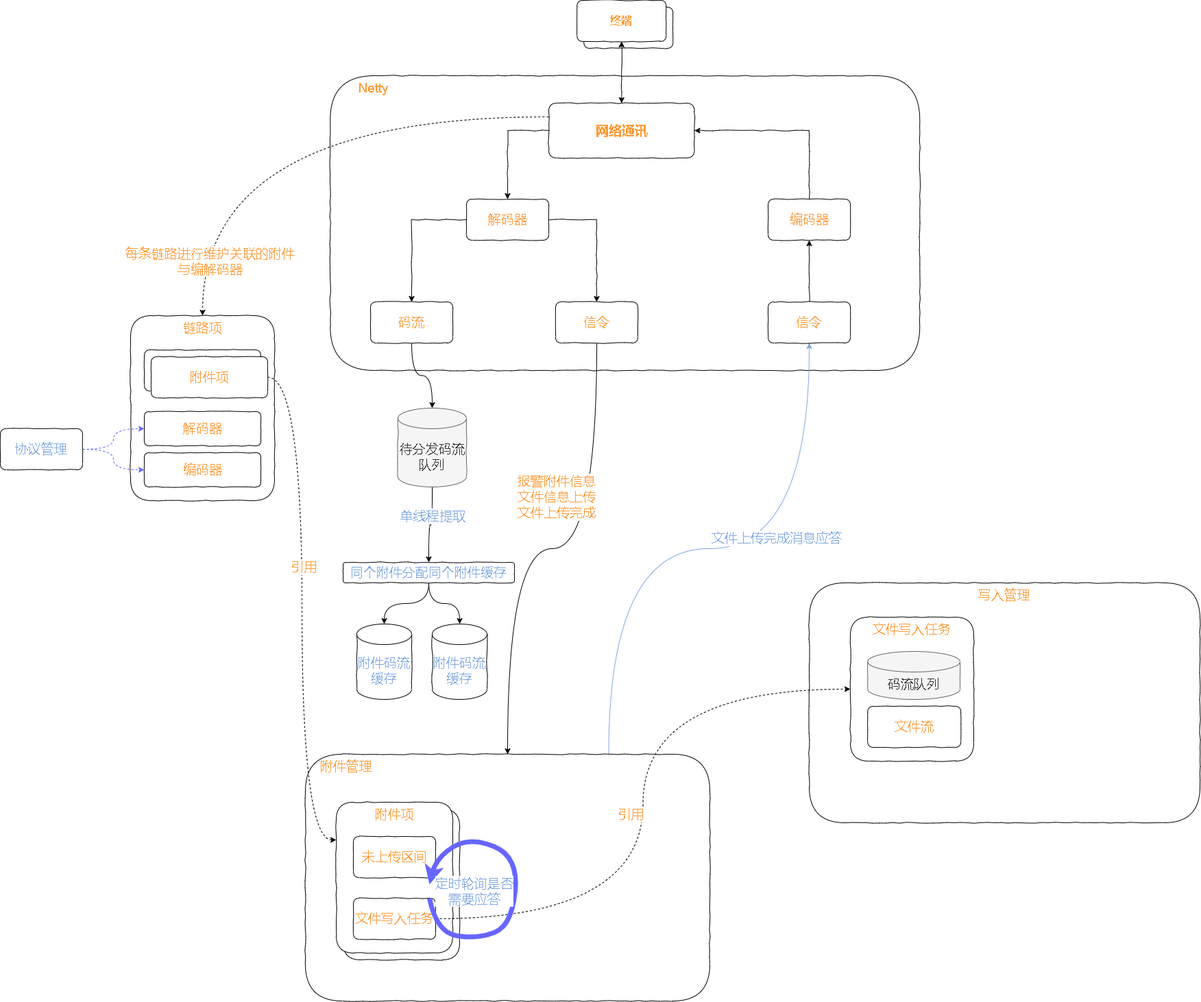
Above: test.drawio.png in xktder/draw (draw.io), before the change. Source tidied: cells renumbered, new cells last; positions are measured from the earlier drawing's top-left corner, leaving out a move shared by most shapes. Source of this version:
```xml
<mxGraphModel>
  <root>
    <mxCell id="0" />
    <mxCell id="1" parent="0" />
    <mxCell id="2" value="&amp;nbsp; &amp;nbsp; &amp;nbsp; &amp;nbsp; Netty" style="rounded=1;whiteSpace=wrap;html=1;comic=1;fontSize=19;fontColor=#FF9933;strokeColor=default;gradientColor=none;verticalAlign=top;align=left;" parent="1" vertex="1">
      <mxGeometry x="481.2" y="110" width="860" height="430" as="geometry" />
    </mxCell>
    <mxCell id="3" value="写入管理" style="rounded=1;whiteSpace=wrap;html=1;comic=1;fontSize=19;fontColor=#FF9933;strokeColor=default;gradientColor=none;verticalAlign=top;" parent="1" vertex="1">
      <mxGeometry x="1180" y="850" width="570" height="350" as="geometry" />
    </mxCell>
    <mxCell id="4" style="edgeStyle=orthogonalEdgeStyle;curved=1;rounded=0;comic=0;jettySize=auto;html=1;exitX=0.75;exitY=0;exitDx=0;exitDy=0;fontSize=19;fontColor=#9AC7BF;startArrow=none;startFill=0;endArrow=classic;endFill=1;strokeColor=#7EA6E0;strokeWidth=1;" parent="1" edge="1" source="6" target="26">
      <mxGeometry relative="1" as="geometry" />
    </mxCell>
    <mxCell id="5" value="&lt;font&gt;文件上传完成消息应答&lt;/font&gt;" style="edgeLabel;html=1;align=center;verticalAlign=middle;fontSize=19;fontColor=#7EA6E0;" parent="4" vertex="1">
      <mxGeometry x="0.26" y="16" relative="1" as="geometry">
        <mxPoint x="-16" as="offset" />
      </mxGeometry>
    </mxCell>
    <mxCell id="6" value="&amp;nbsp; &amp;nbsp; 附件管理" style="rounded=1;whiteSpace=wrap;html=1;comic=1;fontSize=19;fontColor=#FF9933;strokeColor=default;gradientColor=none;verticalAlign=top;align=left;" parent="1" vertex="1">
      <mxGeometry x="445" y="1100" width="590" height="360" as="geometry" />
    </mxCell>
    <mxCell id="7" style="group;" parent="1" vertex="1">
      <mxGeometry x="841.2" width="140" height="70" as="geometry" />
    </mxCell>
    <mxCell id="8" value="终端" style="rounded=1;whiteSpace=wrap;html=1;gradientColor=none;strokeColor=default;comic=1;" parent="7" vertex="1">
      <mxGeometry x="10" y="10" width="130" height="60" as="geometry" />
    </mxCell>
    <mxCell id="9" value="&lt;font color=&quot;#ff9933&quot; size=&quot;1&quot;&gt;&lt;b style=&quot;font-size: 16px;&quot;&gt;终端&lt;/b&gt;&lt;/font&gt;" style="rounded=1;whiteSpace=wrap;html=1;gradientColor=none;strokeColor=default;comic=1;" parent="7" vertex="1">
      <mxGeometry width="130" height="60" as="geometry" />
    </mxCell>
    <mxCell id="10" style="edgeStyle=orthogonalEdgeStyle;rounded=0;jettySize=auto;html=1;exitX=0.5;exitY=1;exitDx=0;exitDy=0;fontSize=16;fontColor=#FF9933;comic=1;startArrow=classic;startFill=1;entryX=0.5;entryY=0;entryDx=0;entryDy=0;" parent="1" edge="1" source="9" target="15">
      <mxGeometry relative="1" as="geometry" />
    </mxCell>
    <mxCell id="11" style="edgeStyle=orthogonalEdgeStyle;rounded=0;comic=1;jettySize=auto;html=1;exitX=0;exitY=0.5;exitDx=0;exitDy=0;fontSize=19;fontColor=#FF9933;startArrow=none;startFill=0;entryX=0.5;entryY=0;entryDx=0;entryDy=0;" parent="1" edge="1" source="15" target="18">
      <mxGeometry relative="1" as="geometry" />
    </mxCell>
    <mxCell id="12" style="edgeStyle=orthogonalEdgeStyle;rounded=0;comic=1;jettySize=auto;html=1;exitX=1;exitY=0.5;exitDx=0;exitDy=0;fontSize=19;fontColor=#FF9933;startArrow=classic;startFill=1;entryX=0.5;entryY=0;entryDx=0;entryDy=0;endArrow=none;endFill=0;" parent="1" edge="1" source="15" target="19">
      <mxGeometry relative="1" as="geometry" />
    </mxCell>
    <mxCell id="13" style="edgeStyle=orthogonalEdgeStyle;curved=1;rounded=0;comic=0;jettySize=auto;html=1;dashed=1;fontSize=19;fontColor=#FF9933;startArrow=none;startFill=0;endArrow=classic;endFill=1;exitX=0;exitY=0.25;exitDx=0;exitDy=0;" parent="1" edge="1" source="15" target="37">
      <mxGeometry relative="1" as="geometry" />
    </mxCell>
    <mxCell id="14" value="每条链路进行维护关联的附件&lt;br&gt;与编解码器" style="edgeLabel;html=1;align=center;verticalAlign=middle;fontSize=19;fontColor=#FF9933;" parent="13" vertex="1">
      <mxGeometry x="0.5" y="100" relative="1" as="geometry">
        <mxPoint x="-90" y="120" as="offset" />
      </mxGeometry>
    </mxCell>
    <mxCell id="15" value="&lt;font style=&quot;font-size: 19px;&quot;&gt;&lt;b&gt;网络通讯&lt;/b&gt;&lt;/font&gt;" style="rounded=1;whiteSpace=wrap;html=1;comic=1;fontSize=16;fontColor=#FF9933;strokeColor=default;gradientColor=none;" parent="1" vertex="1">
      <mxGeometry x="800" y="150" width="212.5" height="80" as="geometry" />
    </mxCell>
    <mxCell id="16" style="edgeStyle=orthogonalEdgeStyle;rounded=0;comic=1;jettySize=auto;html=1;entryX=0.5;entryY=0;entryDx=0;entryDy=0;fontSize=19;fontColor=#FF9933;startArrow=none;startFill=0;endArrow=classic;endFill=1;" parent="1" edge="1" source="18" target="24">
      <mxGeometry relative="1" as="geometry" />
    </mxCell>
    <mxCell id="17" style="edgeStyle=orthogonalEdgeStyle;rounded=0;comic=1;jettySize=auto;html=1;exitX=0;exitY=0.5;exitDx=0;exitDy=0;fontSize=19;fontColor=#FF9933;startArrow=none;startFill=0;endArrow=classic;endFill=1;" parent="1" edge="1" source="18" target="21">
      <mxGeometry relative="1" as="geometry" />
    </mxCell>
    <mxCell id="18" value="解码器" style="rounded=1;whiteSpace=wrap;html=1;comic=1;fontSize=19;fontColor=#FF9933;strokeColor=default;gradientColor=none;" parent="1" vertex="1">
      <mxGeometry x="680" y="290" width="120" height="60" as="geometry" />
    </mxCell>
    <mxCell id="19" value="编码器" style="rounded=1;whiteSpace=wrap;html=1;comic=1;fontSize=19;fontColor=#FF9933;strokeColor=default;gradientColor=none;" parent="1" vertex="1">
      <mxGeometry x="1120" y="290" width="120" height="60" as="geometry" />
    </mxCell>
    <mxCell id="20" style="edgeStyle=orthogonalEdgeStyle;curved=1;rounded=0;comic=0;jettySize=auto;html=1;fontSize=19;fontColor=#FF9933;startArrow=none;startFill=0;endArrow=classic;endFill=1;entryX=0.5;entryY=0;entryDx=0;entryDy=0;entryPerimeter=0;" parent="1" edge="1" source="21" target="29">
      <mxGeometry relative="1" as="geometry" />
    </mxCell>
    <mxCell id="21" value="码流" style="rounded=1;whiteSpace=wrap;html=1;comic=1;fontSize=19;fontColor=#FF9933;strokeColor=default;gradientColor=none;" parent="1" vertex="1">
      <mxGeometry x="540" y="440" width="120" height="60" as="geometry" />
    </mxCell>
    <mxCell id="22" style="edgeStyle=orthogonalEdgeStyle;curved=1;rounded=0;comic=0;jettySize=auto;html=1;entryX=0.5;entryY=0;entryDx=0;entryDy=0;fontSize=19;fontColor=#FF9933;startArrow=none;startFill=0;endArrow=classic;endFill=1;" parent="1" edge="1" source="24" target="6">
      <mxGeometry relative="1" as="geometry" />
    </mxCell>
    <mxCell id="23" value="报警附件信息&lt;br&gt;文件信息上传&lt;br&gt;文件上传完成" style="edgeLabel;html=1;align=center;verticalAlign=middle;fontSize=19;fontColor=#FF9933;" parent="22" vertex="1">
      <mxGeometry x="-0.49" y="-15" relative="1" as="geometry">
        <mxPoint x="-45" y="39" as="offset" />
      </mxGeometry>
    </mxCell>
    <mxCell id="24" value="信令" style="rounded=1;whiteSpace=wrap;html=1;comic=1;fontSize=19;fontColor=#FF9933;strokeColor=default;gradientColor=none;" parent="1" vertex="1">
      <mxGeometry x="810" y="440" width="120" height="60" as="geometry" />
    </mxCell>
    <mxCell id="25" style="edgeStyle=orthogonalEdgeStyle;rounded=0;comic=1;jettySize=auto;html=1;entryX=0.5;entryY=1;entryDx=0;entryDy=0;fontSize=19;fontColor=#FF9933;startArrow=none;startFill=0;endArrow=classic;endFill=1;" parent="1" edge="1" source="26" target="19">
      <mxGeometry relative="1" as="geometry" />
    </mxCell>
    <mxCell id="26" value="信令" style="rounded=1;whiteSpace=wrap;html=1;comic=1;fontSize=19;fontColor=#FF9933;strokeColor=default;gradientColor=none;" parent="1" vertex="1">
      <mxGeometry x="1120" y="440" width="120" height="60" as="geometry" />
    </mxCell>
    <mxCell id="27" style="edgeStyle=orthogonalEdgeStyle;curved=1;rounded=0;comic=0;jettySize=auto;html=1;entryX=0.5;entryY=0;entryDx=0;entryDy=0;fontSize=19;fontColor=#7EA6E0;startArrow=none;startFill=0;endArrow=classic;endFill=1;strokeColor=#000000;strokeWidth=1;" parent="1" edge="1" source="29" target="60">
      <mxGeometry relative="1" as="geometry" />
    </mxCell>
    <mxCell id="28" value="单线程提取" style="edgeLabel;html=1;align=center;verticalAlign=middle;fontSize=19;fontColor=#7EA6E0;" parent="27" vertex="1">
      <mxGeometry x="-0.26" relative="1" as="geometry" />
    </mxCell>
    <mxCell id="29" value="待分发码流队列" style="shape=cylinder3;whiteSpace=wrap;html=1;boundedLbl=1;backgroundOutline=1;size=15;comic=1;fontSize=19;fontColor=#333333;strokeColor=#666666;fillColor=#f5f5f5;" parent="1" vertex="1">
      <mxGeometry x="580" y="595" width="100" height="115" as="geometry" />
    </mxCell>
    <mxCell id="30" style="group;" parent="1" vertex="1">
      <mxGeometry x="490" y="1170" width="180" height="230" as="geometry" />
    </mxCell>
    <mxCell id="31" style="group;" parent="30" vertex="1">
      <mxGeometry x="10" y="10" width="170" height="220" as="geometry" />
    </mxCell>
    <mxCell id="32" style="rounded=1;whiteSpace=wrap;html=1;comic=1;fontSize=19;fontColor=#FF9933;strokeColor=default;gradientColor=none;verticalAlign=top;" parent="31" vertex="1">
      <mxGeometry width="170" height="220" as="geometry" />
    </mxCell>
    <mxCell id="33" value="附件项" style="rounded=1;whiteSpace=wrap;html=1;comic=1;fontSize=19;fontColor=#FF9933;strokeColor=default;gradientColor=none;verticalAlign=top;" parent="30" vertex="1">
      <mxGeometry width="170" height="220" as="geometry" />
    </mxCell>
    <mxCell id="34" value="未上传区间" style="rounded=1;whiteSpace=wrap;html=1;comic=1;fontSize=19;fontColor=#FF9933;strokeColor=default;gradientColor=none;" parent="30" vertex="1">
      <mxGeometry x="25" y="50" width="120" height="60" as="geometry" />
    </mxCell>
    <mxCell id="35" value="文件写入任务" style="rounded=1;whiteSpace=wrap;html=1;comic=1;fontSize=19;fontColor=#FF9933;strokeColor=default;gradientColor=none;" parent="30" vertex="1">
      <mxGeometry x="25" y="140" width="120" height="60" as="geometry" />
    </mxCell>
    <mxCell id="36" style="group;" parent="1" vertex="1">
      <mxGeometry x="190" y="460" width="210" height="270" as="geometry" />
    </mxCell>
    <mxCell id="37" value="链路项" style="rounded=1;whiteSpace=wrap;html=1;comic=1;fontSize=19;fontColor=#FF9933;strokeColor=default;gradientColor=none;verticalAlign=top;" parent="36" vertex="1">
      <mxGeometry width="210" height="270" as="geometry" />
    </mxCell>
    <mxCell id="38" style="group;" parent="36" vertex="1">
      <mxGeometry x="20" y="50" width="180" height="70" as="geometry" />
    </mxCell>
    <mxCell id="39" value="附件" style="rounded=1;whiteSpace=wrap;html=1;comic=1;fontSize=19;fontColor=#FF9933;strokeColor=default;gradientColor=none;" parent="38" vertex="1">
      <mxGeometry width="170" height="60" as="geometry" />
    </mxCell>
    <mxCell id="40" value="附件项" style="rounded=1;whiteSpace=wrap;html=1;comic=1;fontSize=19;fontColor=#FF9933;strokeColor=default;gradientColor=none;" parent="38" vertex="1">
      <mxGeometry x="10" y="10" width="170" height="60" as="geometry" />
    </mxCell>
    <mxCell id="41" value="解码器" style="rounded=1;whiteSpace=wrap;html=1;comic=1;fontSize=19;fontColor=#FF9933;strokeColor=default;gradientColor=none;" parent="36" vertex="1">
      <mxGeometry x="20" y="140" width="170" height="50" as="geometry" />
    </mxCell>
    <mxCell id="42" value="编码器" style="rounded=1;whiteSpace=wrap;html=1;comic=1;fontSize=19;fontColor=#FF9933;strokeColor=default;gradientColor=none;" parent="36" vertex="1">
      <mxGeometry x="20" y="200" width="170" height="50" as="geometry" />
    </mxCell>
    <mxCell id="43" style="edgeStyle=orthogonalEdgeStyle;curved=1;rounded=0;comic=0;jettySize=auto;html=1;exitX=1;exitY=0.5;exitDx=0;exitDy=0;entryX=0;entryY=0.25;entryDx=0;entryDy=0;fontSize=19;fontColor=#FF9933;startArrow=none;startFill=0;endArrow=classic;endFill=1;dashed=1;" parent="1" edge="1" source="40" target="33">
      <mxGeometry relative="1" as="geometry" />
    </mxCell>
    <mxCell id="44" value="引用" style="edgeLabel;html=1;align=center;verticalAlign=middle;fontSize=19;fontColor=#FF9933;" parent="43" vertex="1">
      <mxGeometry x="-0.16" y="2" relative="1" as="geometry" />
    </mxCell>
    <mxCell id="45" style="group;" parent="1" vertex="1">
      <mxGeometry x="1240" y="900" width="180" height="210" as="geometry" />
    </mxCell>
    <mxCell id="46" value="文件写入任务" style="rounded=1;whiteSpace=wrap;html=1;comic=1;fontSize=19;fontColor=#FF9933;strokeColor=default;gradientColor=none;verticalAlign=top;" parent="45" vertex="1">
      <mxGeometry width="180" height="210" as="geometry" />
    </mxCell>
    <mxCell id="47" value="文件流" style="rounded=1;whiteSpace=wrap;html=1;comic=1;fontSize=19;fontColor=#FF9933;strokeColor=default;gradientColor=none;" parent="45" vertex="1">
      <mxGeometry x="25.2" y="130" width="136" height="60" as="geometry" />
    </mxCell>
    <mxCell id="48" value="码流队列" style="shape=cylinder3;whiteSpace=wrap;html=1;boundedLbl=1;backgroundOutline=1;size=15;comic=1;fontSize=19;fontColor=#333333;strokeColor=#666666;fillColor=#f5f5f5;" parent="45" vertex="1">
      <mxGeometry x="25.2" y="50" width="134.8" height="70" as="geometry" />
    </mxCell>
    <mxCell id="49" style="edgeStyle=orthogonalEdgeStyle;curved=1;rounded=0;comic=0;jettySize=auto;html=1;exitX=1;exitY=0.5;exitDx=0;exitDy=0;entryX=0;entryY=0.5;entryDx=0;entryDy=0;dashed=1;fontSize=19;fontColor=#FF9933;startArrow=none;startFill=0;endArrow=classic;endFill=1;" parent="1" edge="1" source="35" target="46">
      <mxGeometry relative="1" as="geometry" />
    </mxCell>
    <mxCell id="50" value="引用" style="edgeLabel;html=1;align=center;verticalAlign=middle;fontSize=19;fontColor=#FF9933;" parent="49" vertex="1">
      <mxGeometry x="-0.03" y="18" relative="1" as="geometry" />
    </mxCell>
    <mxCell id="51" style="curved=1;endArrow=classic;html=1;rounded=0;comic=0;fontSize=19;fontColor=#9933FF;strokeColor=#6666FF;strokeWidth=7;" parent="1" edge="1">
      <mxGeometry relative="1" as="geometry">
        <mxPoint x="626" y="1310" as="sourcePoint" />
        <mxPoint x="626" y="1290" as="targetPoint" />
        <Array as="points">
          <mxPoint x="636" y="1360" />
          <mxPoint x="696" y="1370" />
          <mxPoint x="746" y="1350" />
          <mxPoint x="756" y="1250" />
          <mxPoint x="686" y="1220" />
          <mxPoint x="636" y="1250" />
        </Array>
      </mxGeometry>
    </mxCell>
    <mxCell id="52" value="&lt;font color=&quot;#7ea6e0&quot;&gt;定时轮询是否&lt;br&gt;需要应答&lt;/font&gt;" style="edgeLabel;html=1;align=center;verticalAlign=middle;fontSize=19;fontColor=#9933FF;" parent="51" vertex="1">
      <mxGeometry x="0.32" y="4" relative="1" as="geometry">
        <mxPoint x="-41" y="56" as="offset" />
      </mxGeometry>
    </mxCell>
    <mxCell id="53" style="edgeStyle=orthogonalEdgeStyle;curved=1;rounded=0;comic=0;jettySize=auto;html=1;fontSize=19;fontColor=#7EA6E0;startArrow=none;startFill=0;endArrow=classic;endFill=1;strokeColor=#6666FF;strokeWidth=1;dashed=1;" parent="1" edge="1" source="55" target="41">
      <mxGeometry relative="1" as="geometry" />
    </mxCell>
    <mxCell id="54" style="edgeStyle=orthogonalEdgeStyle;curved=1;rounded=0;comic=0;jettySize=auto;html=1;entryX=0;entryY=0.5;entryDx=0;entryDy=0;fontSize=19;fontColor=#7EA6E0;startArrow=none;startFill=0;endArrow=classic;endFill=1;strokeColor=#6666FF;strokeWidth=1;dashed=1;" parent="1" edge="1" source="55" target="42">
      <mxGeometry relative="1" as="geometry" />
    </mxCell>
    <mxCell id="55" value="协议管理" style="rounded=1;whiteSpace=wrap;html=1;comic=1;fontSize=19;fontColor=#7EA6E0;strokeColor=default;gradientColor=none;" parent="1" vertex="1">
      <mxGeometry y="625" width="120" height="60" as="geometry" />
    </mxCell>
    <mxCell id="56" value="附件码流缓存" style="shape=cylinder3;whiteSpace=wrap;html=1;boundedLbl=1;backgroundOutline=1;size=15;comic=1;fontSize=19;fontColor=#7EA6E0;strokeColor=default;gradientColor=none;" parent="1" vertex="1">
      <mxGeometry x="520" y="910" width="80" height="110" as="geometry" />
    </mxCell>
    <mxCell id="57" value="附件码流缓存" style="shape=cylinder3;whiteSpace=wrap;html=1;boundedLbl=1;backgroundOutline=1;size=15;comic=1;fontSize=19;fontColor=#7EA6E0;strokeColor=default;gradientColor=none;" parent="1" vertex="1">
      <mxGeometry x="630" y="910" width="80" height="110" as="geometry" />
    </mxCell>
    <mxCell id="58" style="edgeStyle=orthogonalEdgeStyle;curved=1;rounded=0;comic=0;jettySize=auto;html=1;exitX=0.5;exitY=1;exitDx=0;exitDy=0;entryX=0.5;entryY=0;entryDx=0;entryDy=0;entryPerimeter=0;fontSize=19;fontColor=#7EA6E0;startArrow=none;startFill=0;endArrow=classic;endFill=1;strokeColor=#000000;strokeWidth=1;" parent="1" edge="1" source="60" target="56">
      <mxGeometry relative="1" as="geometry" />
    </mxCell>
    <mxCell id="59" style="edgeStyle=orthogonalEdgeStyle;curved=1;rounded=0;comic=0;jettySize=auto;html=1;exitX=0.5;exitY=1;exitDx=0;exitDy=0;fontSize=19;fontColor=#7EA6E0;startArrow=none;startFill=0;endArrow=classic;endFill=1;strokeColor=#000000;strokeWidth=1;" parent="1" edge="1" source="60" target="57">
      <mxGeometry relative="1" as="geometry" />
    </mxCell>
    <mxCell id="60" value="同个附件分配同个附件缓存" style="rounded=1;whiteSpace=wrap;html=1;comic=1;fontSize=19;fontColor=#7EA6E0;strokeColor=default;gradientColor=none;" parent="1" vertex="1">
      <mxGeometry x="500" y="820" width="250" height="30" as="geometry" />
    </mxCell>
  </root>
</mxGraphModel>
```
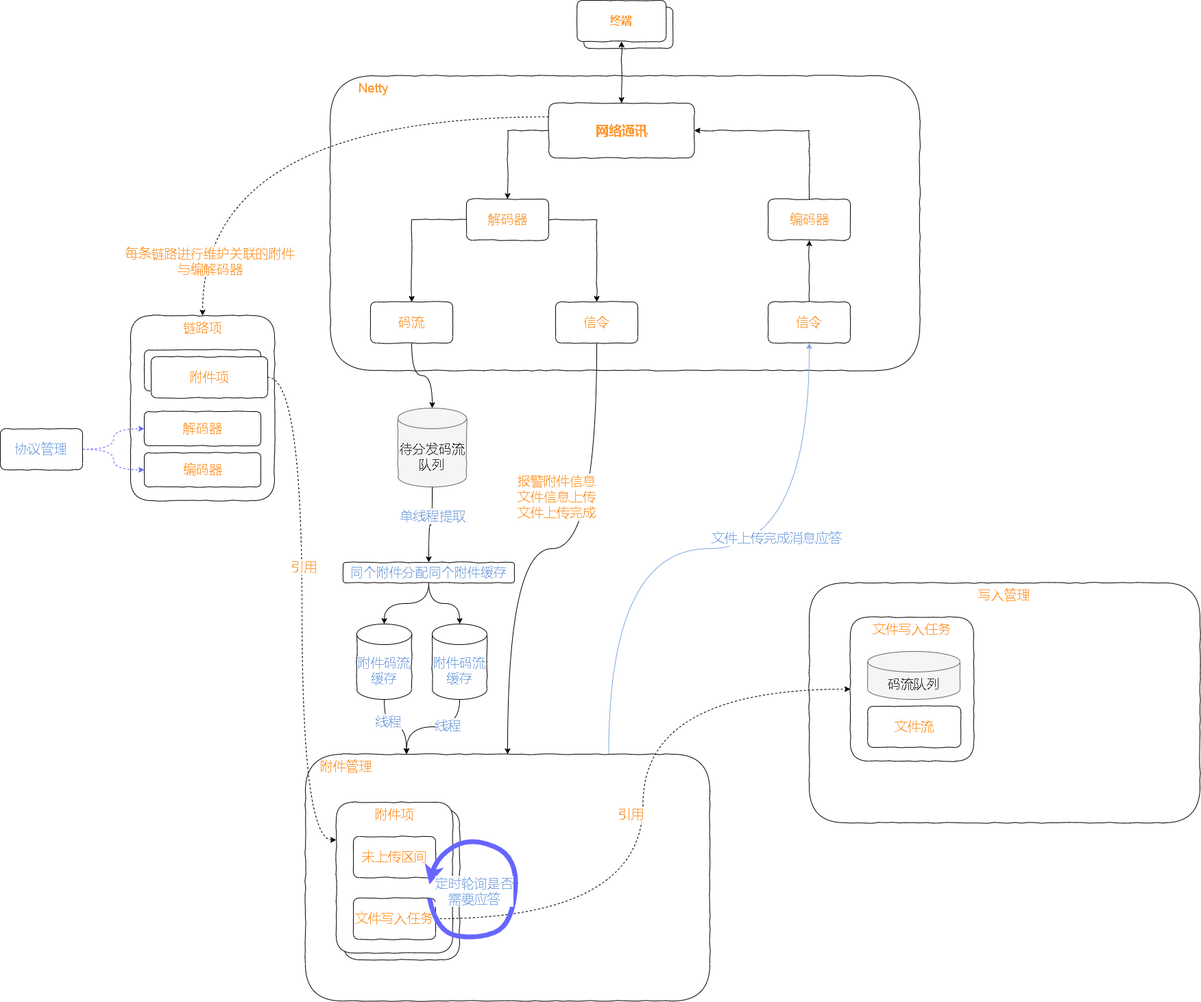
After the change.

What changed in the source:
```diff
@@ -183,9 +183,23 @@
     <mxCell id="55" value="协议管理" style="rounded=1;whiteSpace=wrap;html=1;comic=1;fontSize=19;fontColor=#7EA6E0;strokeColor=default;gradientColor=none;" parent="1" vertex="1">
       <mxGeometry y="625" width="120" height="60" as="geometry" />
     </mxCell>
+    <mxCell id="61" style="edgeStyle=orthogonalEdgeStyle;curved=1;rounded=0;comic=0;jettySize=auto;html=1;entryX=0.25;entryY=0;entryDx=0;entryDy=0;fontSize=19;fontColor=#7EA6E0;startArrow=none;startFill=0;endArrow=classic;endFill=1;strokeColor=#000000;strokeWidth=1;" parent="1" edge="1" source="56" target="6">
+      <mxGeometry relative="1" as="geometry" />
+    </mxCell>
+    <mxCell id="62" value="线程" style="edgeLabel;html=1;align=center;verticalAlign=middle;fontSize=19;fontColor=#7EA6E0;" parent="61" vertex="1">
+      <mxGeometry x="-0.43" y="5" relative="1" as="geometry" />
+    </mxCell>
     <mxCell id="56" value="附件码流缓存" style="shape=cylinder3;whiteSpace=wrap;html=1;boundedLbl=1;backgroundOutline=1;size=15;comic=1;fontSize=19;fontColor=#7EA6E0;strokeColor=default;gradientColor=none;" parent="1" vertex="1">
       <mxGeometry x="520" y="910" width="80" height="110" as="geometry" />
     </mxCell>
+    <mxCell id="63" style="edgeStyle=orthogonalEdgeStyle;curved=1;rounded=0;comic=0;jettySize=auto;html=1;entryX=0.25;entryY=0;entryDx=0;entryDy=0;fontSize=19;fontColor=#7EA6E0;startArrow=none;startFill=0;endArrow=classic;endFill=1;strokeColor=#000000;strokeWidth=1;" parent="1" edge="1" source="57" target="6">
+      <mxGeometry relative="1" as="geometry" />
+    </mxCell>
+    <mxCell id="64" value="线程" style="edgeLabel;html=1;align=center;verticalAlign=middle;fontSize=19;fontColor=#7EA6E0;" parent="63" vertex="1">
+      <mxGeometry x="-0.27" y="-2" relative="1" as="geometry">
+        <mxPoint x="-1" as="offset" />
+      </mxGeometry>
+    </mxCell>
     <mxCell id="57" value="附件码流缓存" style="shape=cylinder3;whiteSpace=wrap;html=1;boundedLbl=1;backgroundOutline=1;size=15;comic=1;fontSize=19;fontColor=#7EA6E0;strokeColor=default;gradientColor=none;" parent="1" vertex="1">
       <mxGeometry x="630" y="910" width="80" height="110" as="geometry" />
     </mxCell>
```
